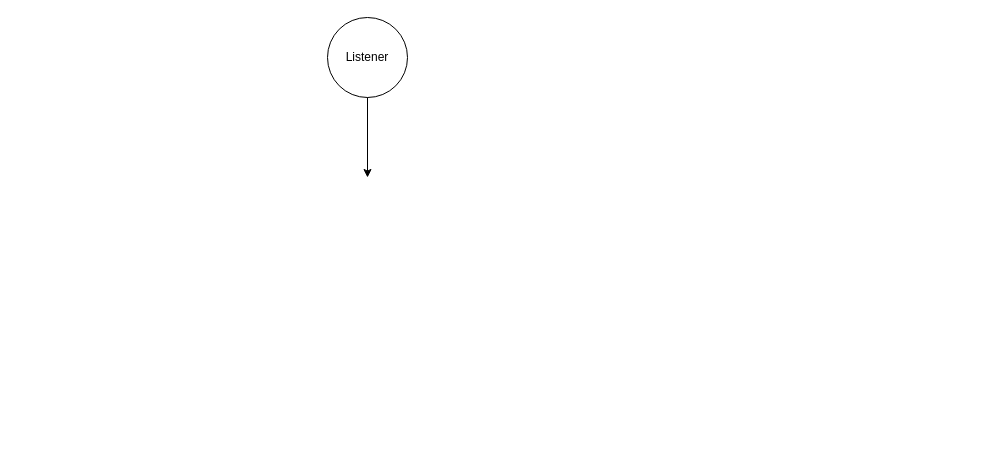
This is Blocking Instructions.drawio from anshuldevmehta/RandomDiagrams, a draw.io file, before an edit. Source tidied: cells renumbered, new cells numbered last; positions are measured from the earlier drawing's top-left corner, leaving out a move shared by most shapes. Both pictures are drawn from the tidied source at 100%, with x=0, y=0 at pixel (327, 17).
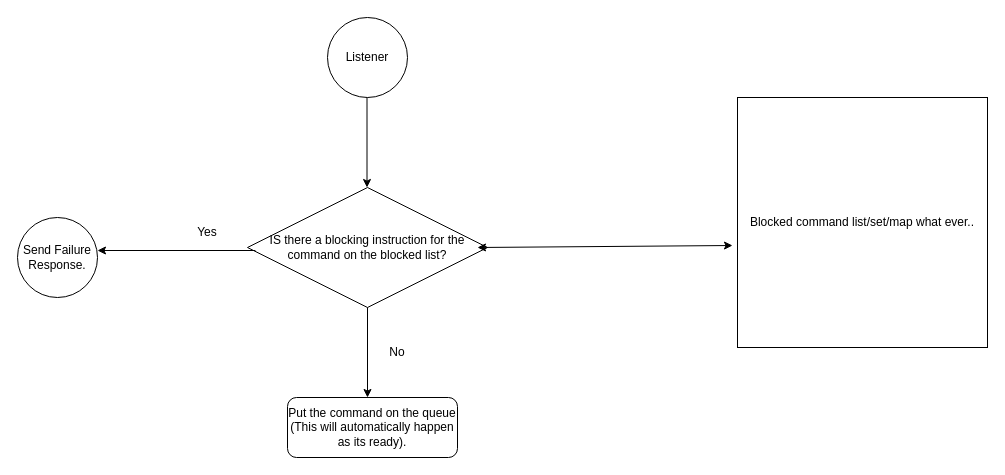
Above is the later version.

Diff of the diagram source:
```diff
@@
 <mxGraphModel>
   <root>
     <mxCell id="0" />
     <mxCell id="1" parent="0" />
     <mxCell id="2" value="Listener" style="ellipse;whiteSpace=wrap;html=1;" parent="1" vertex="1">
       <mxGeometry width="80" height="80" as="geometry" />
     </mxCell>
-    <mxCell id="3" style="endArrow=classic;html=1;rounded=0;exitX=0.5;exitY=1;exitDx=0;exitDy=0;" parent="1" edge="1" source="2">
+    <mxCell id="3" style="endArrow=classic;html=1;rounded=0;exitX=0.5;exitY=1;exitDx=0;exitDy=0;" parent="1" edge="1">
       <mxGeometry relative="1" as="geometry">
-        <mxPoint x="40" y="160" as="targetPoint" />
+        <mxPoint x="39.5" y="80" as="sourcePoint" />
+        <mxPoint x="39.5" y="170" as="targetPoint" />
       </mxGeometry>
     </mxCell>
+    <mxCell id="4" value="Blocked command list/set/map what ever.." style="whiteSpace=wrap;html=1;" parent="1" vertex="1">
+      <mxGeometry x="410" y="80" width="250" height="250" as="geometry" />
+    </mxCell>
+    <mxCell id="5" value="IS there a blocking instruction for the command on the blocked list?" style="rhombus;whiteSpace=wrap;html=1;" parent="1" vertex="1">
+      <mxGeometry x="-80" y="170" width="240" height="120" as="geometry" />
+    </mxCell>
+    <mxCell id="6" style="endArrow=classic;startArrow=classic;html=1;rounded=0;entryX=-0.02;entryY=0.592;entryDx=0;entryDy=0;entryPerimeter=0;" parent="1" edge="1" target="4">
+      <mxGeometry relative="1" as="geometry">
+        <mxPoint x="150" y="230" as="sourcePoint" />
+      </mxGeometry>
+    </mxCell>
+    <mxCell id="7" style="endArrow=classic;html=1;rounded=0;exitX=0.033;exitY=0.525;exitDx=0;exitDy=0;exitPerimeter=0;" parent="1" edge="1" source="5">
+      <mxGeometry relative="1" as="geometry">
+        <mxPoint x="-230" y="233" as="targetPoint" />
+      </mxGeometry>
+    </mxCell>
+    <mxCell id="8" value="Yes" style="text;html=1;align=center;verticalAlign=middle;whiteSpace=wrap;rounded=0;" parent="1" vertex="1">
+      <mxGeometry x="-150" y="200" width="60" height="30" as="geometry" />
+    </mxCell>
+    <mxCell id="9" value="Send Failure Response." style="ellipse;whiteSpace=wrap;html=1;" parent="1" vertex="1">
+      <mxGeometry x="-310" y="200" width="80" height="80" as="geometry" />
+    </mxCell>
+    <mxCell id="10" style="endArrow=classic;html=1;rounded=0;" parent="1" edge="1">
+      <mxGeometry relative="1" as="geometry">
+        <mxPoint x="40" y="290" as="sourcePoint" />
+        <mxPoint x="40" y="380" as="targetPoint" />
+      </mxGeometry>
+    </mxCell>
+    <mxCell id="11" value="No" style="text;html=1;align=center;verticalAlign=middle;whiteSpace=wrap;rounded=0;" parent="1" vertex="1">
+      <mxGeometry x="40" y="320" width="60" height="30" as="geometry" />
+    </mxCell>
+    <mxCell id="12" value="Put the command on the queue (This will automatically happen as its ready)." style="rounded=1;whiteSpace=wrap;html=1;" parent="1" vertex="1">
+      <mxGeometry x="-40" y="380" width="170" height="60" as="geometry" />
+    </mxCell>
   </root>
 </mxGraphModel>
```
